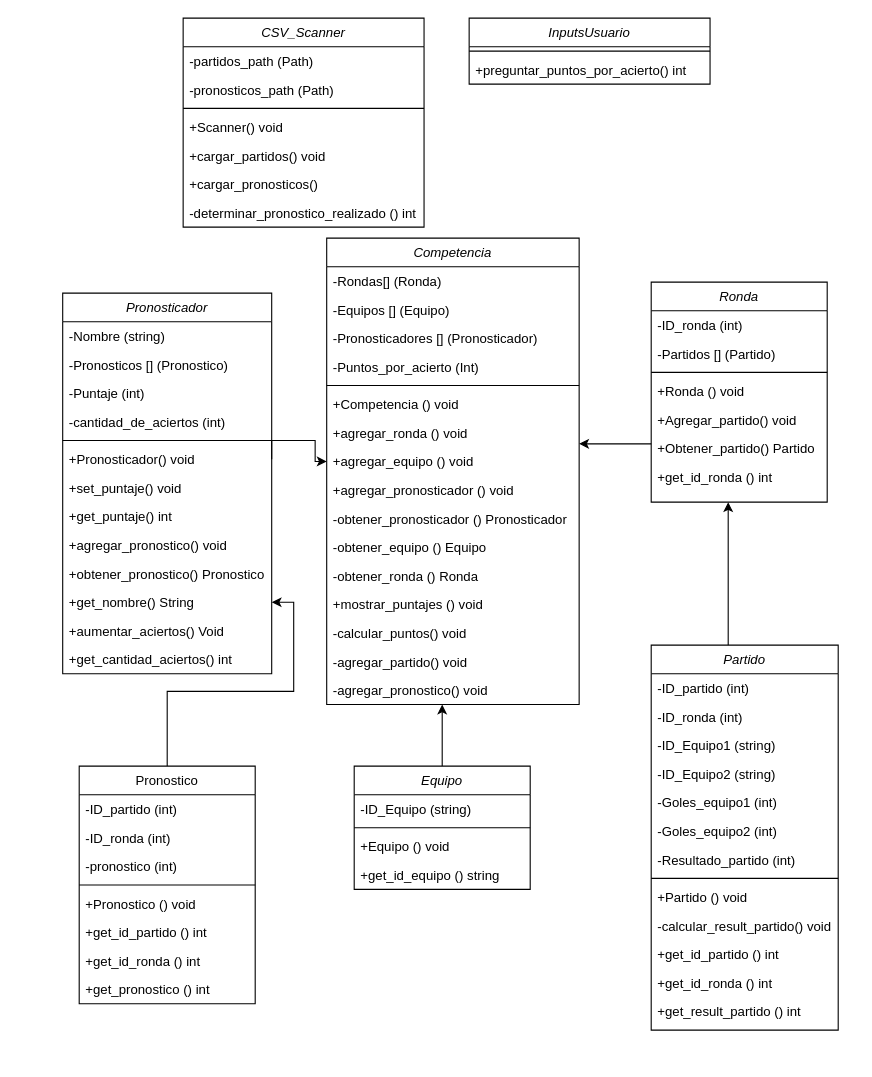
Above: doc/UML_Pronosticador_Deportivo.drawio in gmenendez0/Pronosticador_Deportivo (draw.io), before the change. Source tidied: cells renumbered, new cells numbered last; positions are measured from the earlier drawing's top-left corner, leaving out a move shared by most shapes. Both pictures are drawn from the tidied source at 110%, with x=0, y=0 at pixel (62, 18).
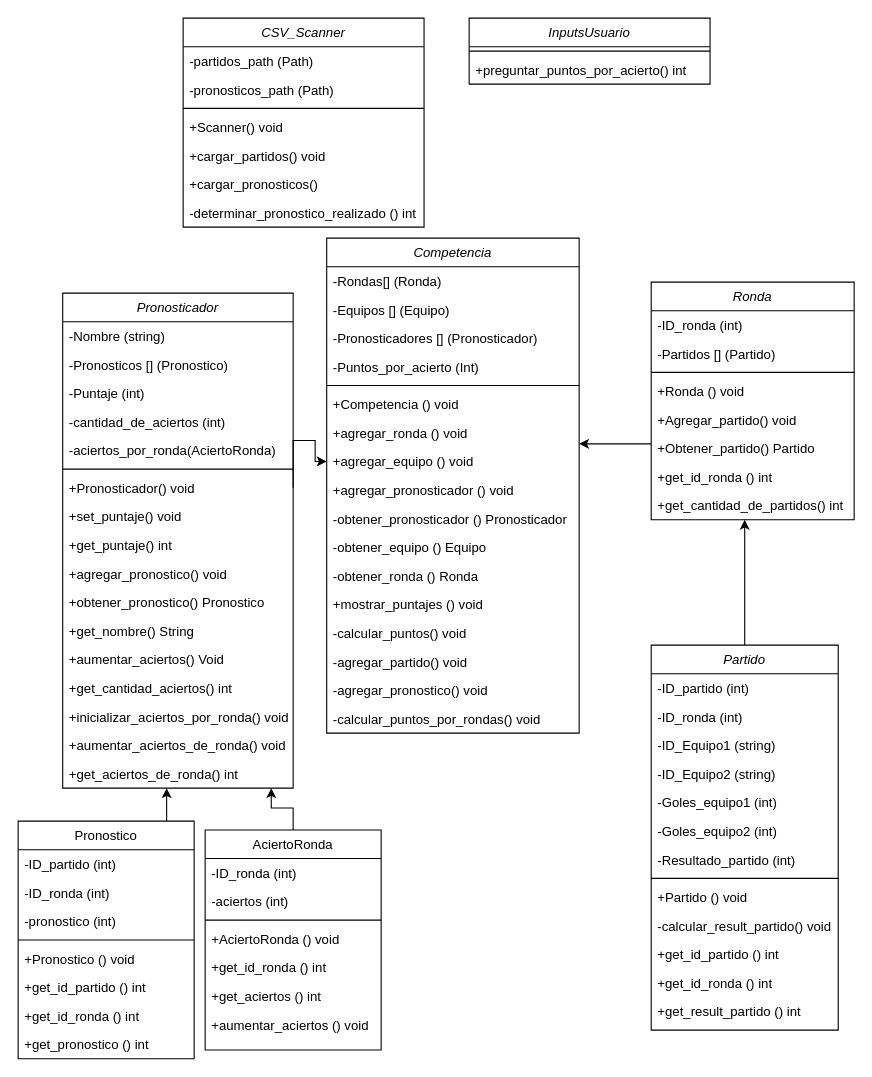
The same page after the edit.

The change refers to these unchanged cells:
```xml
<mxCell id="28" value="Partido" style="swimlane;fontStyle=2;align=center;verticalAlign=top;horizontal=1;startSize=26;rounded=0;shadow=0;strokeWidth=1;" parent="1" vertex="1">
  <mxGeometry x="535.5" y="570" width="170" height="350" as="geometry" />
</mxCell>
<mxCell id="65" value="+agregar_equipo () void" style="text;align=left;verticalAlign=top;spacingLeft=4;spacingRight=4;overflow=hidden;points=[[0,0.5],[1,0.5]];portConstraint=eastwest;rounded=0;shadow=0;html=0;" parent="57" vertex="1">
  <mxGeometry y="190" width="229.5" height="26" as="geometry" />
</mxCell>
<mxCell id="73" value="-agregar_pronostico() void" style="text;align=left;verticalAlign=top;spacingLeft=4;spacingRight=4;overflow=hidden;points=[[0,0.5],[1,0.5]];portConstraint=eastwest;rounded=0;shadow=0;html=0;" parent="57" vertex="1">
  <mxGeometry y="398" width="229.5" height="26" as="geometry" />
</mxCell>
```

Diff of the diagram source:
```diff
@@
     <mxCell id="2" style="edgeStyle=orthogonalEdgeStyle;rounded=0;jettySize=auto;html=1;entryX=0;entryY=0.5;entryDx=0;entryDy=0;exitX=1;exitY=0.5;exitDx=0;exitDy=0;" parent="1" edge="1" source="9" target="65">
       <mxGeometry relative="1" as="geometry">
         <Array as="points">
-          <mxPoint x="191" y="384" />
+          <mxPoint x="210" y="384" />
           <mxPoint x="230" y="384" />
           <mxPoint x="230" y="403" />
         </Array>
       </mxGeometry>
     </mxCell>
     <mxCell id="3" value="Pronosticador" style="swimlane;fontStyle=2;align=center;verticalAlign=top;horizontal=1;startSize=26;rounded=0;shadow=0;strokeWidth=1;" parent="1" vertex="1">
-      <mxGeometry x="0.5" y="250" width="190" height="346" as="geometry" />
+      <mxGeometry x="0.5" y="250" width="209.5" height="450" as="geometry" />
     </mxCell>
     <mxCell id="4" value="-Nombre (string)" style="text;align=left;verticalAlign=top;spacingLeft=4;spacingRight=4;overflow=hidden;" parent="3" vertex="1">
-      <mxGeometry y="26" width="190" height="26" as="geometry" />
+      <mxGeometry y="26" width="209.5" height="26" as="geometry" />
     </mxCell>
     <mxCell id="5" value="-Pronosticos [] (Pronostico)" style="text;align=left;verticalAlign=top;spacingLeft=4;spacingRight=4;overflow=hidden;rounded=0;shadow=0;html=0;" parent="3" vertex="1">
-      <mxGeometry y="52" width="190" height="26" as="geometry" />
+      <mxGeometry y="52" width="209.5" height="26" as="geometry" />
     </mxCell>
     <mxCell id="6" value="-Puntaje (int)" style="text;align=left;verticalAlign=top;spacingLeft=4;spacingRight=4;overflow=hidden;rounded=0;shadow=0;html=0;" parent="3" vertex="1">
-      <mxGeometry y="78" width="190" height="26" as="geometry" />
+      <mxGeometry y="78" width="209.5" height="26" as="geometry" />
     </mxCell>
     <mxCell id="7" value="-cantidad_de_aciertos (int)" style="text;align=left;verticalAlign=top;spacingLeft=4;spacingRight=4;overflow=hidden;" parent="3" vertex="1">
-      <mxGeometry y="104" width="190" height="26" as="geometry" />
+      <mxGeometry y="104" width="209.5" height="26" as="geometry" />
     </mxCell>
+    <mxCell id="85" value="-aciertos_por_ronda(AciertoRonda)" style="text;align=left;verticalAlign=top;spacingLeft=4;spacingRight=4;overflow=hidden;" parent="3" vertex="1">
+      <mxGeometry y="130" width="209.5" height="26" as="geometry" />
+    </mxCell>
     <mxCell id="8" style="line;html=1;strokeWidth=1;align=left;verticalAlign=middle;spacingTop=-1;spacingLeft=3;spacingRight=3;labelPosition=right;" parent="3" vertex="1">
-      <mxGeometry y="130" width="190" height="8" as="geometry" />
+      <mxGeometry y="156" width="209.5" height="8" as="geometry" />
     </mxCell>
     <mxCell id="9" value="+Pronosticador() void" style="text;align=left;verticalAlign=top;spacingLeft=4;spacingRight=4;overflow=hidden;points=[[0,0.5],[1,0.5]];portConstraint=eastwest;rounded=0;shadow=0;html=0;" parent="3" vertex="1">
-      <mxGeometry y="138" width="190" height="26" as="geometry" />
+      <mxGeometry y="164" width="209.5" height="26" as="geometry" />
     </mxCell>
     <mxCell id="10" value="+set_puntaje() void" style="text;align=left;verticalAlign=top;spacingLeft=4;spacingRight=4;overflow=hidden;rounded=0;shadow=0;html=0;" parent="3" vertex="1">
-      <mxGeometry y="164" width="190" height="26" as="geometry" />
+      <mxGeometry y="190" width="209.5" height="26" as="geometry" />
     </mxCell>
     <mxCell id="11" value="+get_puntaje() int" style="text;align=left;verticalAlign=top;spacingLeft=4;spacingRight=4;overflow=hidden;rounded=0;shadow=0;html=0;" parent="3" vertex="1">
-      <mxGeometry y="190" width="190" height="26" as="geometry" />
+      <mxGeometry y="216" width="209.5" height="26" as="geometry" />
     </mxCell>
     <mxCell id="12" value="+agregar_pronostico() void" style="text;align=left;verticalAlign=top;spacingLeft=4;spacingRight=4;overflow=hidden;rounded=0;shadow=0;html=0;" parent="3" vertex="1">
-      <mxGeometry y="216" width="190" height="26" as="geometry" />
+      <mxGeometry y="242" width="209.5" height="26" as="geometry" />
     </mxCell>
     <mxCell id="13" value="+obtener_pronostico() Pronostico" style="text;align=left;verticalAlign=top;spacingLeft=4;spacingRight=4;overflow=hidden;rounded=0;shadow=0;html=0;" parent="3" vertex="1">
-      <mxGeometry y="242" width="190" height="26" as="geometry" />
+      <mxGeometry y="268" width="209.5" height="26" as="geometry" />
     </mxCell>
     <mxCell id="14" value="+get_nombre() String" style="text;align=left;verticalAlign=top;spacingLeft=4;spacingRight=4;overflow=hidden;points=[[0,0.5],[1,0.5]];portConstraint=eastwest;rounded=0;shadow=0;html=0;" parent="3" vertex="1">
-      <mxGeometry y="268" width="190" height="26" as="geometry" />
+      <mxGeometry y="294" width="209.5" height="26" as="geometry" />
     </mxCell>
     <mxCell id="15" value="+aumentar_aciertos() Void" style="text;align=left;verticalAlign=top;spacingLeft=4;spacingRight=4;overflow=hidden;rounded=0;shadow=0;html=0;" parent="3" vertex="1">
-      <mxGeometry y="294" width="190" height="26" as="geometry" />
+      <mxGeometry y="320" width="209.5" height="26" as="geometry" />
     </mxCell>
     <mxCell id="16" value="+get_cantidad_aciertos() int" style="text;align=left;verticalAlign=top;spacingLeft=4;spacingRight=4;overflow=hidden;rounded=0;shadow=0;html=0;" parent="3" vertex="1">
-      <mxGeometry y="320" width="190" height="26" as="geometry" />
+      <mxGeometry y="346" width="209.5" height="26" as="geometry" />
     </mxCell>
-    <mxCell id="17" style="edgeStyle=orthogonalEdgeStyle;rounded=0;jettySize=auto;html=1;" parent="1" edge="1" source="18" target="14">
-      <mxGeometry relative="1" as="geometry" />
-    </mxCell>
+    <mxCell id="86" value="+inicializar_aciertos_por_ronda() void" style="text;align=left;verticalAlign=top;spacingLeft=4;spacingRight=4;overflow=hidden;rounded=0;shadow=0;html=0;" parent="3" vertex="1">
+      <mxGeometry y="372" width="209.5" height="26" as="geometry" />
+    </mxCell>
+    <mxCell id="87" value="+aumentar_aciertos_de_ronda() void" style="text;align=left;verticalAlign=top;spacingLeft=4;spacingRight=4;overflow=hidden;rounded=0;shadow=0;html=0;" parent="3" vertex="1">
+      <mxGeometry y="398" width="209.5" height="26" as="geometry" />
+    </mxCell>
+    <mxCell id="88" value="+get_aciertos_de_ronda() int" style="text;align=left;verticalAlign=top;spacingLeft=4;spacingRight=4;overflow=hidden;points=[[0,0.5],[1,0.5]];portConstraint=eastwest;rounded=0;shadow=0;html=0;" parent="3" vertex="1">
+      <mxGeometry y="424" width="209.5" height="26" as="geometry" />
+    </mxCell>
+    <mxCell id="89" style="edgeStyle=orthogonalEdgeStyle;rounded=0;jettySize=auto;html=1;" parent="1" edge="1" source="18" target="88">
+      <mxGeometry relative="1" as="geometry">
+        <Array as="points">
+          <mxPoint x="95" y="710" />
+          <mxPoint x="95" y="710" />
+        </Array>
+      </mxGeometry>
+    </mxCell>
     <mxCell id="18" value="Pronostico" style="swimlane;fontStyle=0;align=center;verticalAlign=top;horizontal=1;startSize=26;rounded=0;shadow=0;strokeWidth=1;" parent="1" vertex="1">
-      <mxGeometry x="15.5" y="680" width="160" height="216" as="geometry" />
+      <mxGeometry x="-40" y="730" width="160" height="216" as="geometry" />
     </mxCell>
@@
-    <mxCell id="27" style="edgeStyle=orthogonalEdgeStyle;rounded=0;jettySize=auto;html=1;" parent="1" edge="1" source="28">
+    <mxCell id="27" style="edgeStyle=orthogonalEdgeStyle;rounded=0;jettySize=auto;html=1;" parent="1" edge="1" source="28" target="90">
       <mxGeometry relative="1" as="geometry">
-        <mxPoint x="605.5" y="440" as="targetPoint" />
         <Array as="points">
-          <mxPoint x="605.5" y="440" />
+          <mxPoint x="620" y="480" />
+          <mxPoint x="620" y="480" />
         </Array>
       </mxGeometry>
     </mxCell>
@@
-    <mxCell id="42" style="edgeStyle=orthogonalEdgeStyle;rounded=0;jettySize=auto;html=1;" parent="1" edge="1" source="43" target="73">
-      <mxGeometry relative="1" as="geometry">
-        <Array as="points">
-          <mxPoint x="345.5" y="630" />
-          <mxPoint x="345.5" y="630" />
-        </Array>
-      </mxGeometry>
-    </mxCell>
-    <mxCell id="43" value="Equipo" style="swimlane;fontStyle=2;align=center;verticalAlign=top;horizontal=1;startSize=26;rounded=0;shadow=0;strokeWidth=1;" parent="1" vertex="1">
-      <mxGeometry x="265.5" y="680" width="160" height="112" as="geometry" />
-    </mxCell>
-    <mxCell id="44" value="-ID_Equipo (string)" style="text;align=left;verticalAlign=top;spacingLeft=4;spacingRight=4;overflow=hidden;" parent="43" vertex="1">
-      <mxGeometry y="26" width="160" height="26" as="geometry" />
-    </mxCell>
-    <mxCell id="45" style="line;html=1;strokeWidth=1;align=left;verticalAlign=middle;spacingTop=-1;spacingLeft=3;spacingRight=3;labelPosition=right;" parent="43" vertex="1">
-      <mxGeometry y="52" width="160" height="8" as="geometry" />
-    </mxCell>
-    <mxCell id="46" value="+Equipo () void" style="text;align=left;verticalAlign=top;spacingLeft=4;spacingRight=4;overflow=hidden;" parent="43" vertex="1">
-      <mxGeometry y="60" width="160" height="26" as="geometry" />
-    </mxCell>
-    <mxCell id="47" value="+get_id_equipo () string" style="text;align=left;verticalAlign=top;spacingLeft=4;spacingRight=4;overflow=hidden;" parent="43" vertex="1">
-      <mxGeometry y="86" width="160" height="26" as="geometry" />
-    </mxCell>
@@
     <mxCell id="49" value="Ronda" style="swimlane;fontStyle=2;align=center;verticalAlign=top;horizontal=1;startSize=26;rounded=0;shadow=0;strokeWidth=1;" parent="1" vertex="1">
-      <mxGeometry x="535.5" y="240" width="160" height="200" as="geometry" />
+      <mxGeometry x="535.5" y="240" width="184.5" height="216" as="geometry" />
     </mxCell>
     <mxCell id="50" value="-ID_ronda (int)" style="text;align=left;verticalAlign=top;spacingLeft=4;spacingRight=4;overflow=hidden;rounded=0;shadow=0;html=0;" parent="49" vertex="1">
-      <mxGeometry y="26" width="160" height="26" as="geometry" />
+      <mxGeometry y="26" width="184.5" height="26" as="geometry" />
     </mxCell>
     <mxCell id="51" value="-Partidos [] (Partido)" style="text;align=left;verticalAlign=top;spacingLeft=4;spacingRight=4;overflow=hidden;rounded=0;shadow=0;html=0;" parent="49" vertex="1">
-      <mxGeometry y="52" width="160" height="26" as="geometry" />
+      <mxGeometry y="52" width="184.5" height="26" as="geometry" />
     </mxCell>
     <mxCell id="52" style="line;html=1;strokeWidth=1;align=left;verticalAlign=middle;spacingTop=-1;spacingLeft=3;spacingRight=3;labelPosition=right;" parent="49" vertex="1">
-      <mxGeometry y="78" width="160" height="8" as="geometry" />
+      <mxGeometry y="78" width="184.5" height="8" as="geometry" />
     </mxCell>
     <mxCell id="53" value="+Ronda () void" style="text;align=left;verticalAlign=top;spacingLeft=4;spacingRight=4;overflow=hidden;rounded=0;shadow=0;html=0;" parent="49" vertex="1">
-      <mxGeometry y="86" width="160" height="26" as="geometry" />
+      <mxGeometry y="86" width="184.5" height="26" as="geometry" />
     </mxCell>
     <mxCell id="54" value="+Agregar_partido() void" style="text;align=left;verticalAlign=top;spacingLeft=4;spacingRight=4;overflow=hidden;rounded=0;shadow=0;html=0;" parent="49" vertex="1">
-      <mxGeometry y="112" width="160" height="26" as="geometry" />
+      <mxGeometry y="112" width="184.5" height="26" as="geometry" />
     </mxCell>
     <mxCell id="55" value="+Obtener_partido() Partido" style="text;align=left;verticalAlign=top;spacingLeft=4;spacingRight=4;overflow=hidden;rounded=0;shadow=0;html=0;" parent="49" vertex="1">
-      <mxGeometry y="138" width="160" height="26" as="geometry" />
+      <mxGeometry y="138" width="184.5" height="26" as="geometry" />
     </mxCell>
     <mxCell id="56" value="+get_id_ronda () int" style="text;align=left;verticalAlign=top;spacingLeft=4;spacingRight=4;overflow=hidden;rounded=0;shadow=0;html=0;" parent="49" vertex="1">
-      <mxGeometry y="164" width="160" height="26" as="geometry" />
+      <mxGeometry y="164" width="184.5" height="26" as="geometry" />
     </mxCell>
+    <mxCell id="90" value="+get_cantidad_de_partidos() int" style="text;align=left;verticalAlign=top;spacingLeft=4;spacingRight=4;overflow=hidden;points=[[0,0.5],[1,0.5]];portConstraint=eastwest;rounded=0;shadow=0;html=0;" parent="49" vertex="1">
+      <mxGeometry y="190" width="184.5" height="26" as="geometry" />
+    </mxCell>
     <mxCell id="57" value="Competencia" style="swimlane;fontStyle=2;align=center;verticalAlign=top;horizontal=1;startSize=26;rounded=0;shadow=0;strokeWidth=1;" parent="1" vertex="1">
-      <mxGeometry x="240.5" y="200" width="229.5" height="424" as="geometry" />
+      <mxGeometry x="240.5" y="200" width="229.5" height="450" as="geometry" />
     </mxCell>
@@
+    <mxCell id="91" value="-calcular_puntos_por_rondas() void" style="text;align=left;verticalAlign=top;spacingLeft=4;spacingRight=4;overflow=hidden;rounded=0;shadow=0;html=0;" parent="57" vertex="1">
+      <mxGeometry y="424" width="229.5" height="26" as="geometry" />
+    </mxCell>
@@
+    <mxCell id="92" style="edgeStyle=orthogonalEdgeStyle;rounded=0;jettySize=auto;html=1;entryX=0.905;entryY=1;entryDx=0;entryDy=0;entryPerimeter=0;" parent="1" edge="1" source="93" target="88">
+      <mxGeometry relative="1" as="geometry" />
+    </mxCell>
+    <mxCell id="93" value="AciertoRonda" style="swimlane;fontStyle=0;align=center;verticalAlign=top;horizontal=1;startSize=26;rounded=0;shadow=0;strokeWidth=1;" parent="1" vertex="1">
+      <mxGeometry x="130" y="738" width="160" height="200" as="geometry" />
+    </mxCell>
+    <mxCell id="94" value="-ID_ronda (int)" style="text;align=left;verticalAlign=top;spacingLeft=4;spacingRight=4;overflow=hidden;rounded=0;shadow=0;html=0;" parent="93" vertex="1">
+      <mxGeometry y="26" width="160" height="26" as="geometry" />
+    </mxCell>
+    <mxCell id="95" value="-aciertos (int)" style="text;align=left;verticalAlign=top;spacingLeft=4;spacingRight=4;overflow=hidden;rounded=0;shadow=0;html=0;" parent="93" vertex="1">
+      <mxGeometry y="52" width="160" height="26" as="geometry" />
+    </mxCell>
+    <mxCell id="96" style="line;html=1;strokeWidth=1;align=left;verticalAlign=middle;spacingTop=-1;spacingLeft=3;spacingRight=3;labelPosition=right;" parent="93" vertex="1">
+      <mxGeometry y="78" width="160" height="8" as="geometry" />
+    </mxCell>
+    <mxCell id="97" value="+AciertoRonda () void" style="text;align=left;verticalAlign=top;spacingLeft=4;spacingRight=4;overflow=hidden;" parent="93" vertex="1">
+      <mxGeometry y="86" width="160" height="26" as="geometry" />
+    </mxCell>
+    <mxCell id="98" value="+get_id_ronda () int" style="text;align=left;verticalAlign=top;spacingLeft=4;spacingRight=4;overflow=hidden;" parent="93" vertex="1">
+      <mxGeometry y="112" width="160" height="26" as="geometry" />
+    </mxCell>
+    <mxCell id="99" value="+get_aciertos () int" style="text;align=left;verticalAlign=top;spacingLeft=4;spacingRight=4;overflow=hidden;" parent="93" vertex="1">
+      <mxGeometry y="138" width="160" height="26" as="geometry" />
+    </mxCell>
+    <mxCell id="100" value="+aumentar_aciertos () void" style="text;align=left;verticalAlign=top;spacingLeft=4;spacingRight=4;overflow=hidden;" parent="93" vertex="1">
+      <mxGeometry y="164" width="160" height="26" as="geometry" />
+    </mxCell>
```
